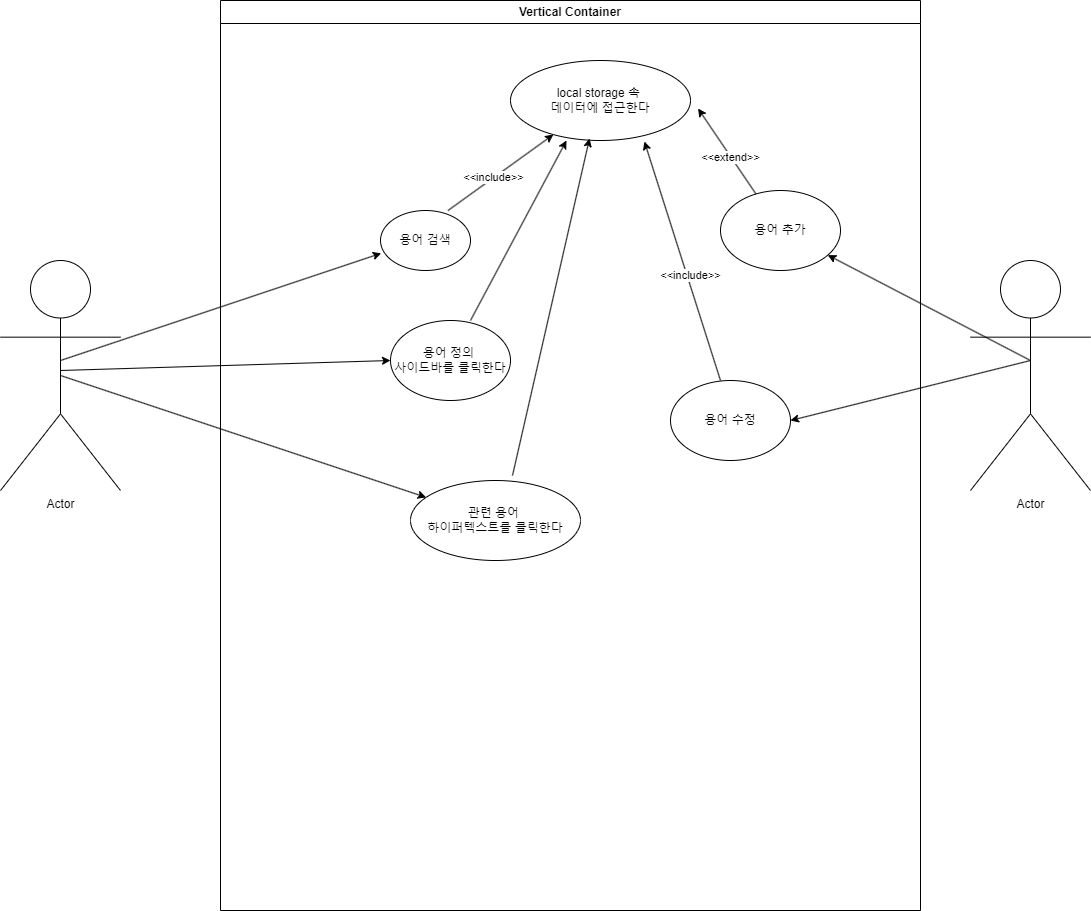
Earlier version of the draw.io export 용어사전web_mini_project.png (junHyeokP/Algorithm). Source tidied: cells renumbered, new cells last; positions are measured from the earlier drawing's top-left corner, leaving out a move shared by most shapes.
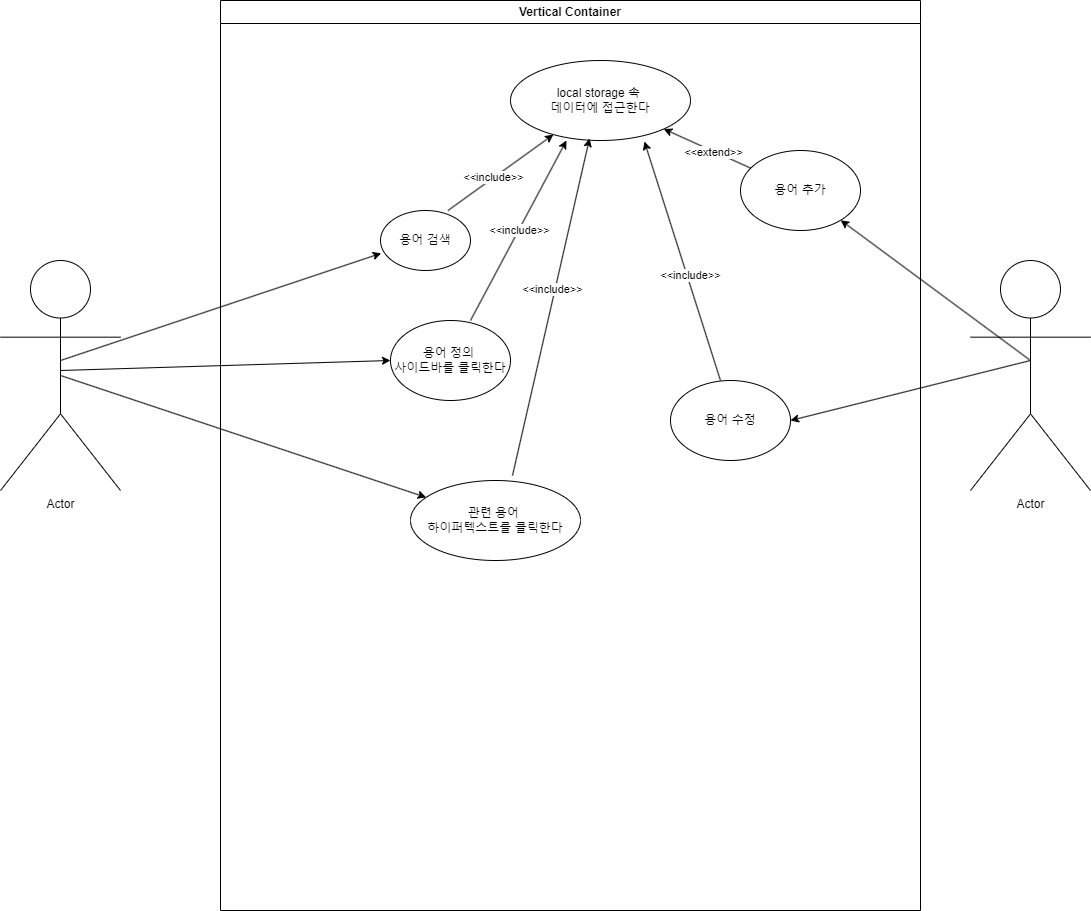
The same diagram one commit later.

Commit message:
용어사전web_mini_project.png 업데이트

The edit, as a diff of the source:
```diff
@@ -30,9 +30,9 @@
       <mxGeometry x="-0.14" y="1" relative="1" as="geometry" />
     </mxCell>
     <mxCell id="11" value="용어 추가" style="ellipse;whiteSpace=wrap;html=1;" parent="4" vertex="1">
-      <mxGeometry x="500" y="190" width="120" height="80" as="geometry" />
+      <mxGeometry x="520" y="150" width="120" height="80" as="geometry" />
     </mxCell>
-    <mxCell id="12" style="endArrow=classic;html=1;rounded=0;entryX=1.042;entryY=0.6;entryDx=0;entryDy=0;entryPerimeter=0;" parent="4" edge="1" source="11" target="8">
+    <mxCell id="12" style="endArrow=classic;html=1;rounded=0;" parent="4" edge="1" source="11" target="8">
       <mxGeometry relative="1" as="geometry" />
     </mxCell>
     <mxCell id="13" value="&amp;lt;&amp;lt;extend&amp;gt;&amp;gt;" style="edgeLabel;html=1;align=center;verticalAlign=middle;" parent="12" vertex="1">
@@ -52,11 +52,17 @@
     <mxCell id="17" style="endArrow=classic;html=1;rounded=0;entryX=0.439;entryY=0.975;entryDx=0;entryDy=0;entryPerimeter=0;exitX=0.6;exitY=-0.062;exitDx=0;exitDy=0;exitPerimeter=0;" parent="4" edge="1" source="7" target="8">
       <mxGeometry relative="1" as="geometry" />
     </mxCell>
+    <mxCell id="24" value="&amp;lt;&amp;lt;include&amp;gt;&amp;gt;" style="edgeLabel;html=1;align=center;verticalAlign=middle;" parent="17" vertex="1">
+      <mxGeometry x="0.11" y="3" relative="1" as="geometry" />
+    </mxCell>
     <mxCell id="18" style="endArrow=classic;html=1;rounded=0;entryX=0.311;entryY=1;entryDx=0;entryDy=0;entryPerimeter=0;" parent="4" edge="1" target="8">
       <mxGeometry relative="1" as="geometry">
         <mxPoint x="250" y="320" as="sourcePoint" />
       </mxGeometry>
     </mxCell>
+    <mxCell id="25" value="&amp;lt;&amp;lt;include&amp;gt;&amp;gt;" style="edgeLabel;html=1;align=center;verticalAlign=middle;" parent="18" vertex="1">
+      <mxGeometry x="0.01" relative="1" as="geometry" />
+    </mxCell>
     <mxCell id="19" style="endArrow=classic;html=1;rounded=0;exitX=0.5;exitY=0.5;exitDx=0;exitDy=0;exitPerimeter=0;" parent="1" edge="1" source="2" target="7">
       <mxGeometry relative="1" as="geometry" />
     </mxCell>
```
